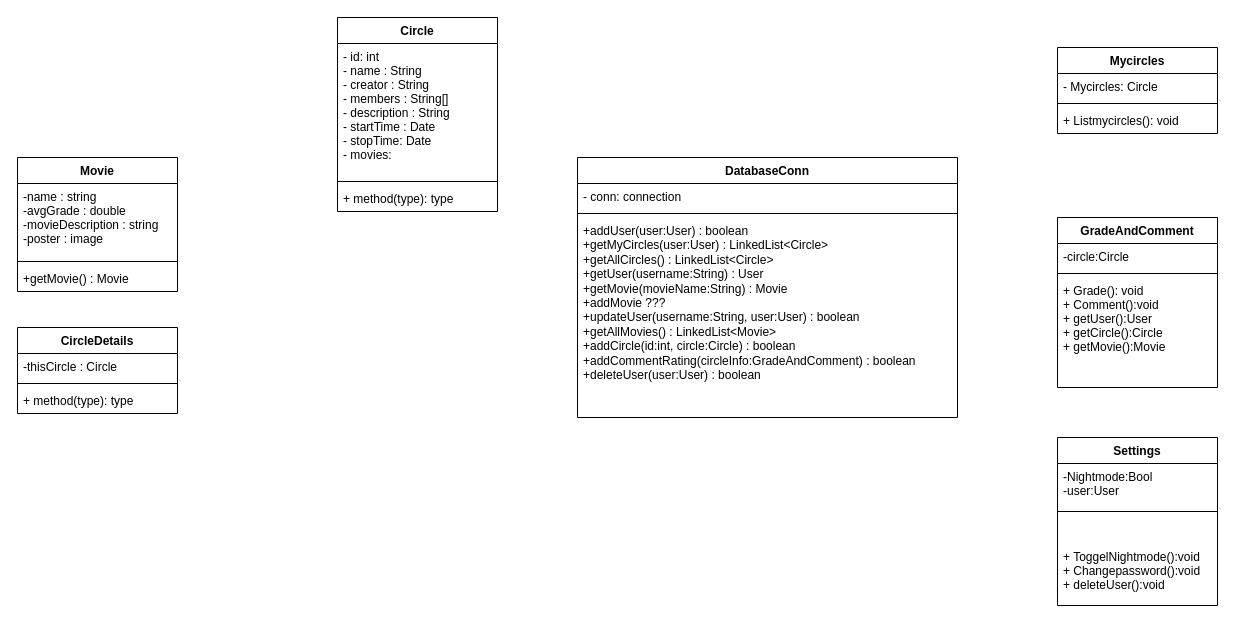
johanbergfalk/DAT055_circles keeps this draw.io diagram as Diagrams/UML.drawio. Above is the earlier version. Source tidied: cells renumbered, new cells numbered last; positions are measured from the earlier drawing's top-left corner, leaving out a move shared by most shapes. Both pictures are drawn from the tidied source at 100%, with x=0, y=0 at pixel (17, 17).
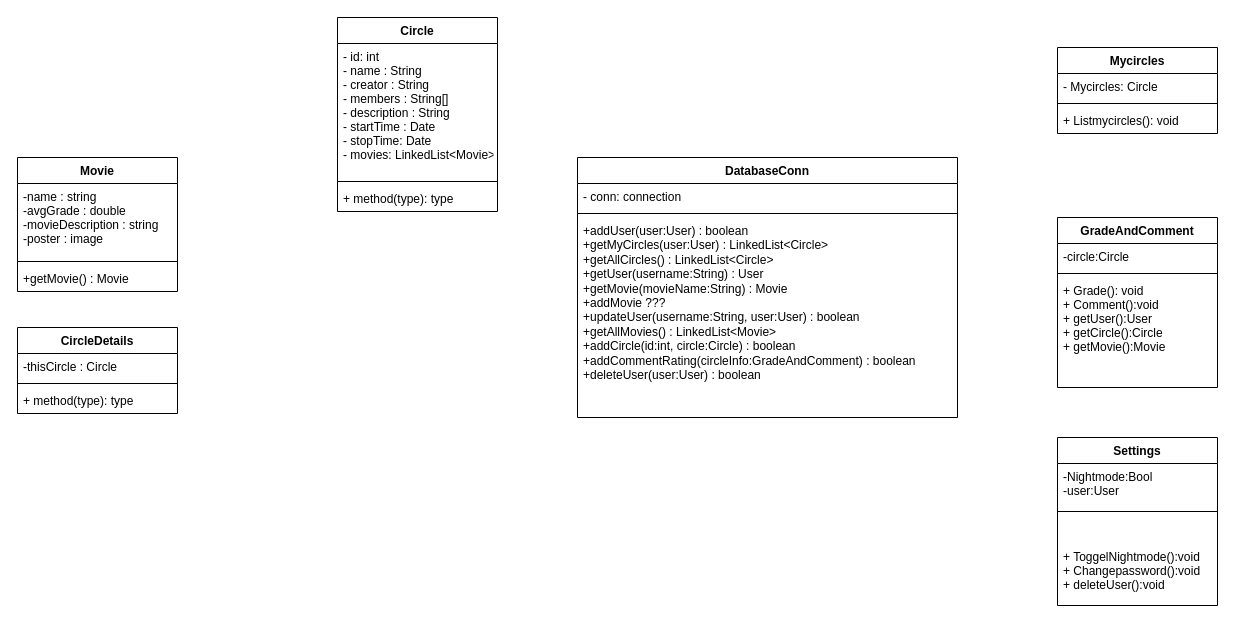
The same page after the edit.

The change refers to these unchanged cells:
```xml
<mxCell id="6" value="Circle" style="swimlane;fontStyle=1;align=center;verticalAlign=top;horizontal=1;startSize=26;" parent="1" vertex="1">
  <mxGeometry x="320" width="160" height="194" as="geometry" />
</mxCell>
```

Change to the diagram source:
```diff
@@
-    <mxCell id="7" value="- id: int&#10;- name : String&#10;- creator : String&#10;- members : String[]&#10;- description : String&#10;- startTime : Date&#10;- stopTime: Date&#10;- movies: &#10;" style="text;strokeColor=none;fillColor=none;align=left;verticalAlign=top;spacingLeft=4;spacingRight=4;overflow=hidden;" parent="6" vertex="1">
+    <mxCell id="7" value="- id: int&#10;- name : String&#10;- creator : String&#10;- members : String[]&#10;- description : String&#10;- startTime : Date&#10;- stopTime: Date&#10;- movies: LinkedList&lt;Movie&gt;&#10;" style="text;strokeColor=none;fillColor=none;align=left;verticalAlign=top;spacingLeft=4;spacingRight=4;overflow=hidden;" parent="6" vertex="1">
       <mxGeometry y="26" width="160" height="134" as="geometry" />
     </mxCell>
```
